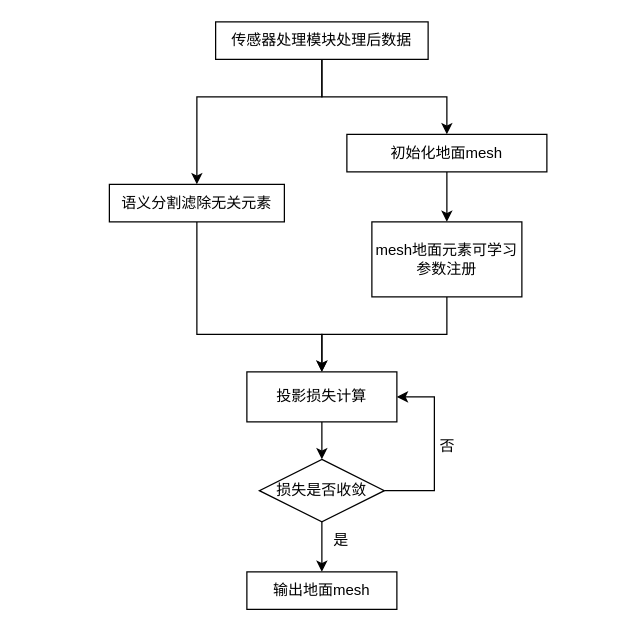
This is mesh_3.drawio from DRosemei/draw.io, a draw.io file, before an edit. Source tidied: cells renumbered, new cells numbered last; positions are measured from the earlier drawing's top-left corner, leaving out a move shared by most shapes. Both pictures are drawn from the tidied source at 125%, with x=0, y=0 at pixel (109, 21).
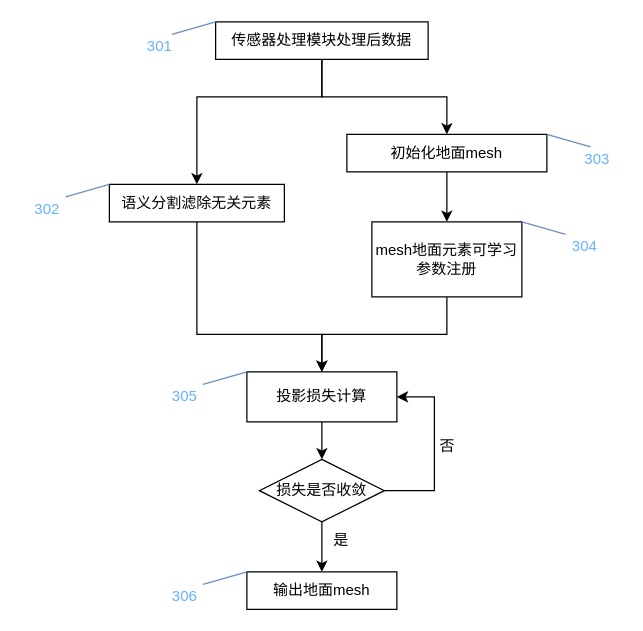
The same page after the edit.

Diff of the diagram source:
```diff
@@
+    <mxCell id="19" style="endArrow=none;html=1;rounded=0;fillColor=#dae8fc;strokeColor=#6c8ebf;" parent="1" edge="1">
+      <mxGeometry relative="1" as="geometry">
+        <mxPoint x="50" y="10" as="sourcePoint" />
+        <mxPoint x="85" as="targetPoint" />
+      </mxGeometry>
+    </mxCell>
+    <mxCell id="20" style="endArrow=none;html=1;rounded=0;fillColor=#dae8fc;strokeColor=#6c8ebf;" parent="1" edge="1">
+      <mxGeometry relative="1" as="geometry">
+        <mxPoint x="-35" y="140" as="sourcePoint" />
+        <mxPoint y="130" as="targetPoint" />
+      </mxGeometry>
+    </mxCell>
+    <mxCell id="21" style="endArrow=none;html=1;rounded=0;fillColor=#dae8fc;strokeColor=#6c8ebf;" parent="1" edge="1">
+      <mxGeometry relative="1" as="geometry">
+        <mxPoint x="75" y="290" as="sourcePoint" />
+        <mxPoint x="110" y="280" as="targetPoint" />
+      </mxGeometry>
+    </mxCell>
+    <mxCell id="22" style="endArrow=none;html=1;rounded=0;fillColor=#dae8fc;strokeColor=#6c8ebf;" parent="1" edge="1">
+      <mxGeometry relative="1" as="geometry">
+        <mxPoint x="350" y="90" as="sourcePoint" />
+        <mxPoint x="385" y="100" as="targetPoint" />
+      </mxGeometry>
+    </mxCell>
+    <mxCell id="23" style="endArrow=none;html=1;rounded=0;fillColor=#dae8fc;strokeColor=#6c8ebf;" parent="1" edge="1">
+      <mxGeometry relative="1" as="geometry">
+        <mxPoint x="330" y="160" as="sourcePoint" />
+        <mxPoint x="365" y="170" as="targetPoint" />
+      </mxGeometry>
+    </mxCell>
+    <mxCell id="24" style="endArrow=none;html=1;rounded=0;fillColor=#dae8fc;strokeColor=#6c8ebf;" parent="1" edge="1">
+      <mxGeometry relative="1" as="geometry">
+        <mxPoint x="75" y="450" as="sourcePoint" />
+        <mxPoint x="110" y="440" as="targetPoint" />
+      </mxGeometry>
+    </mxCell>
+    <mxCell id="25" value="&lt;font color=&quot;#66b2ff&quot;&gt;301&lt;/font&gt;" style="text;html=1;align=center;verticalAlign=middle;strokeColor=none;fillColor=none;" parent="1" vertex="1">
+      <mxGeometry x="20" y="10" width="40" height="20" as="geometry" />
+    </mxCell>
+    <mxCell id="26" value="&lt;font color=&quot;#66b2ff&quot;&gt;302&lt;/font&gt;" style="text;html=1;align=center;verticalAlign=middle;strokeColor=none;fillColor=none;" parent="1" vertex="1">
+      <mxGeometry x="-70" y="140" width="40" height="20" as="geometry" />
+    </mxCell>
+    <mxCell id="27" value="&lt;font color=&quot;#66b2ff&quot;&gt;303&lt;/font&gt;" style="text;html=1;align=center;verticalAlign=middle;strokeColor=none;fillColor=none;" parent="1" vertex="1">
+      <mxGeometry x="370" y="100" width="40" height="20" as="geometry" />
+    </mxCell>
+    <mxCell id="28" value="&lt;font color=&quot;#66b2ff&quot;&gt;304&lt;/font&gt;" style="text;html=1;align=center;verticalAlign=middle;strokeColor=none;fillColor=none;" parent="1" vertex="1">
+      <mxGeometry x="360" y="170" width="40" height="20" as="geometry" />
+    </mxCell>
+    <mxCell id="29" value="&lt;font color=&quot;#66b2ff&quot;&gt;305&lt;/font&gt;" style="text;html=1;align=center;verticalAlign=middle;strokeColor=none;fillColor=none;" parent="1" vertex="1">
+      <mxGeometry x="40" y="290" width="40" height="20" as="geometry" />
+    </mxCell>
+    <mxCell id="30" value="&lt;font color=&quot;#66b2ff&quot;&gt;306&lt;/font&gt;" style="text;html=1;align=center;verticalAlign=middle;strokeColor=none;fillColor=none;" parent="1" vertex="1">
+      <mxGeometry x="40" y="450" width="40" height="20" as="geometry" />
+    </mxCell>
```
